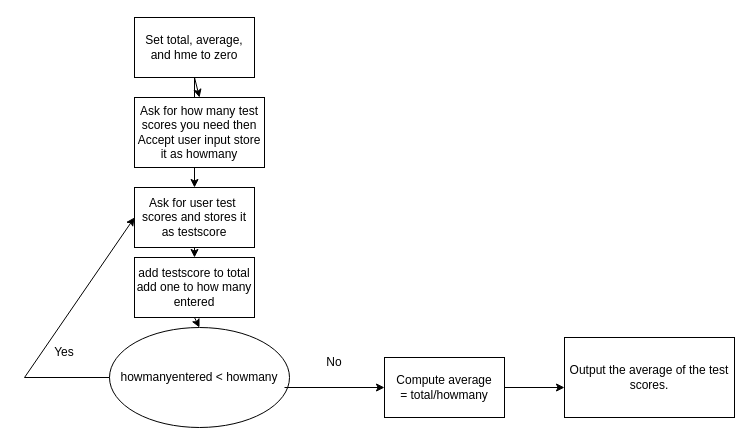
Before: Untitled Diagram.drawio in DerekDbt/CS104-02, a draw.io diagram. Source tidied: cells renumbered, new cells numbered last; positions are measured from the earlier drawing's top-left corner, leaving out a move shared by most shapes. Both pictures are drawn from the tidied source at 100%, with x=0, y=0 at pixel (24, 17).
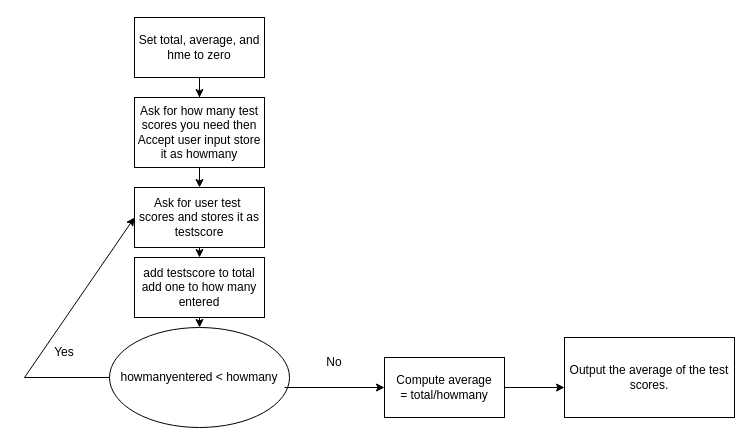
The same page after the edit.

Commit message:
Flowchart computeaverage

The change refers to these unchanged cells:
```xml
<mxCell id="5" value="Ask for how many test scores you need then Accept user input store it as howmany" style="rounded=0;whiteSpace=wrap;html=1;" parent="1" vertex="1">
  <mxGeometry x="110" y="80" width="130" height="70" as="geometry" />
</mxCell>
```

The edit, as a diff of the source:
```diff
@@
-    <mxCell id="2" style="edgeStyle=orthogonalEdgeStyle;rounded=0;jettySize=auto;html=1;" parent="1" edge="1" source="3" target="6">
+    <mxCell id="2" style="edgeStyle=orthogonalEdgeStyle;rounded=0;jettySize=auto;html=1;entryX=0.5;entryY=0;entryDx=0;entryDy=0;" parent="1" edge="1" source="3" target="5">
       <mxGeometry relative="1" as="geometry" />
     </mxCell>
     <mxCell id="3" value="Set total, average, and hme to zero" style="rounded=0;whiteSpace=wrap;html=1;" parent="1" vertex="1">
-      <mxGeometry x="110" width="120" height="60" as="geometry" />
+      <mxGeometry x="110" width="130" height="60" as="geometry" />
     </mxCell>
-    <mxCell id="4" style="endArrow=classic;html=1;rounded=0;exitX=0.5;exitY=1;exitDx=0;exitDy=0;entryX=0.5;entryY=0;entryDx=0;entryDy=0;" parent="1" edge="1" source="3" target="5">
-      <mxGeometry relative="1" as="geometry" />
-    </mxCell>
@@
     <mxCell id="6" value="Ask for user test&amp;nbsp; scores and stores it as testscore" style="rounded=0;whiteSpace=wrap;html=1;" parent="1" vertex="1">
-      <mxGeometry x="110" y="170" width="120" height="60" as="geometry" />
+      <mxGeometry x="110" y="170" width="130" height="60" as="geometry" />
     </mxCell>
     <mxCell id="7" value="add testscore to total&lt;br&gt;add one to how many entered" style="rounded=0;whiteSpace=wrap;html=1;" parent="1" vertex="1">
-      <mxGeometry x="110" y="240" width="120" height="60" as="geometry" />
+      <mxGeometry x="110" y="240" width="130" height="60" as="geometry" />
     </mxCell>
@@
+    <mxCell id="19" style="endArrow=classic;html=1;rounded=0;exitX=0.5;exitY=1;exitDx=0;exitDy=0;entryX=0.5;entryY=0;entryDx=0;entryDy=0;" parent="1" edge="1" source="5" target="6">
+      <mxGeometry relative="1" as="geometry" />
+    </mxCell>
```
